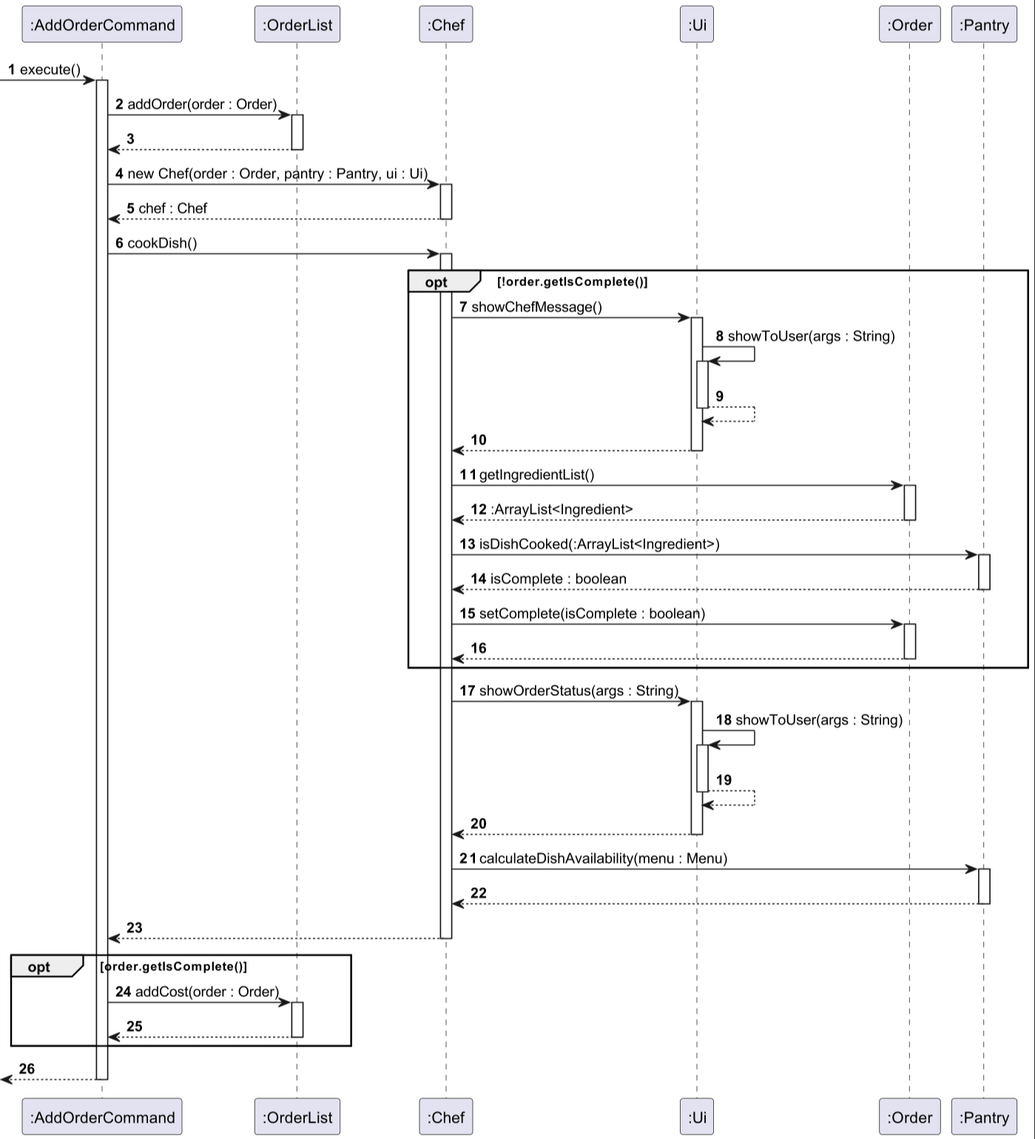
Earlier version of the PlantUML export docs/images/sequence/AddOrderCommand_execute.png (nus-cs2113-AY2324S1/tp). Its source is kept beside it as docs/diagrams/sequence/AddOrderCommand_execute.puml.
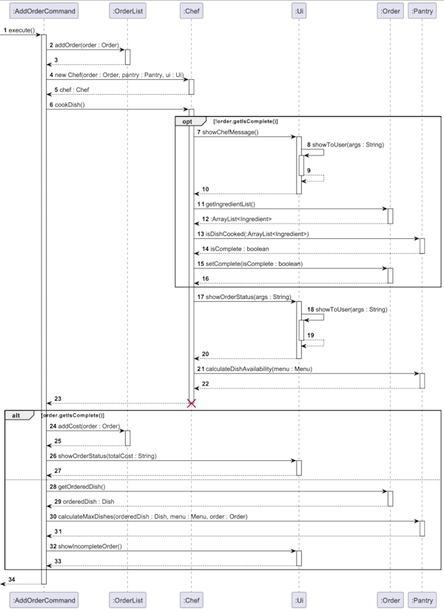
Above is the later version.

Change to the diagram source:
```diff
@@ -39,10 +39,24 @@
             activate ":Pantry"
             return
         return
-    opt order.getIsComplete()
+        destroy ":Chef"
+    alt order.getIsComplete()
         ":AddOrderCommand" -> ":OrderList" : addCost(order : Order)
-        activate ":OrderList"
-        return
+            activate ":OrderList"
+            return
+        ":AddOrderCommand" -> ":Ui" : showOrderStatus(totalCost : String)
+            activate ":Ui"
+            return
+    else
+        ":AddOrderCommand" -> ":Order" : getOrderedDish()
+            activate ":Order"
+            return orderedDish : Dish
+        ":AddOrderCommand" -> ":Pantry" : calculateMaxDishes(orderedDish : Dish, menu : Menu, order : Order)
+            activate ":Pantry"
+            return
+        ":AddOrderCommand" -> ":Ui" : showIncompleteOrder()
+            activate ":Ui"
+            return
     end
 return
 @enduml
```
